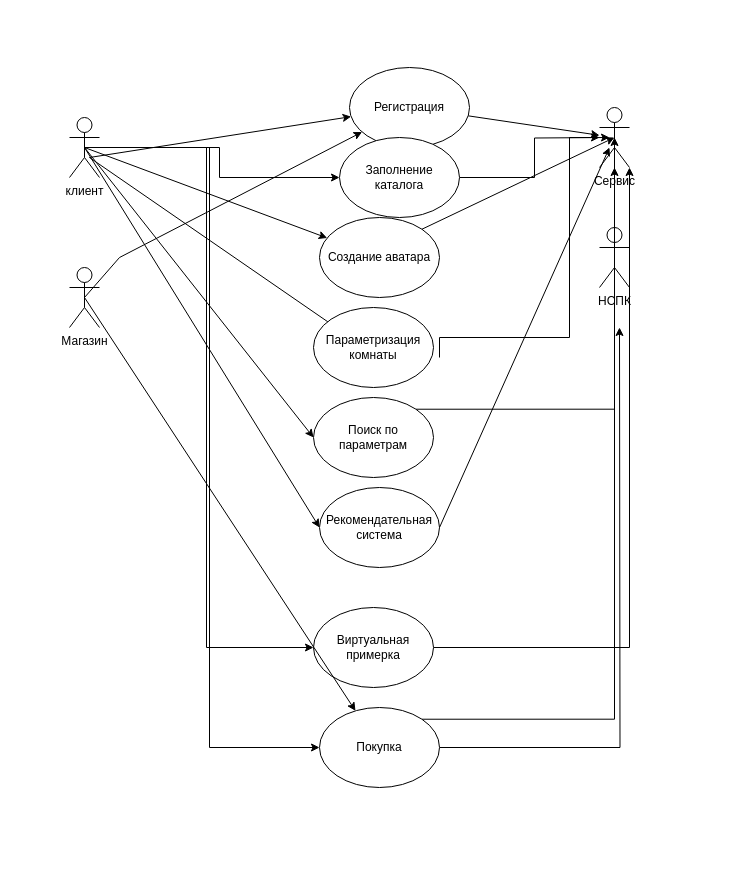
This is Untitled Diagram.drawio from muanya66/Project, a draw.io file, before an edit. Source tidied: cells renumbered, new cells numbered last; positions are measured from the earlier drawing's top-left corner, leaving out a move shared by most shapes. Both pictures are drawn from the tidied source at 100%, with x=0, y=0 at pixel (69, 67).
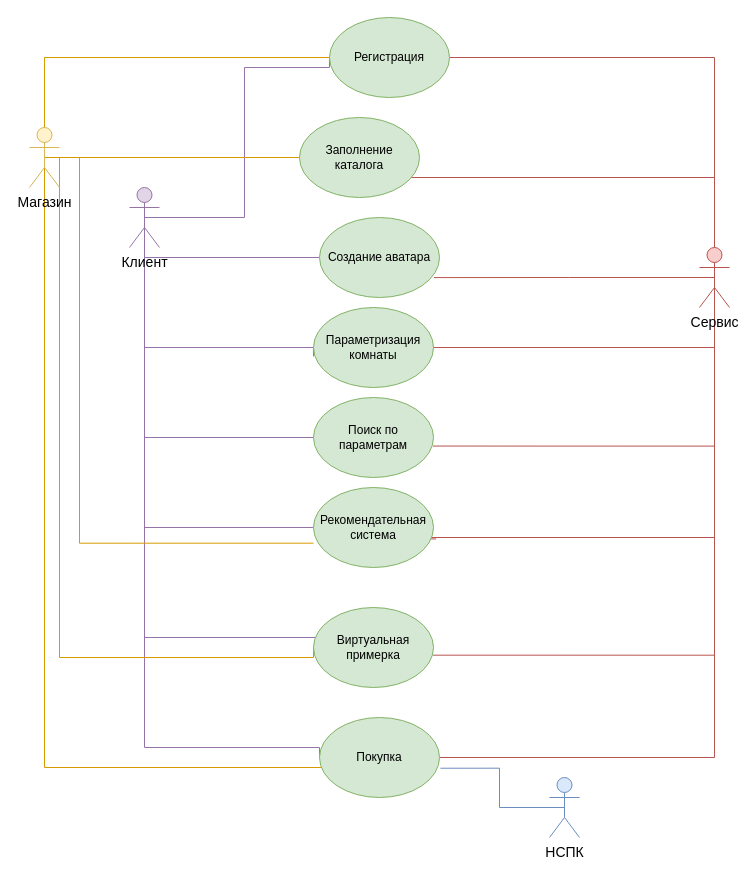
The same page after the edit.

Change to the diagram source:
```diff
@@
-    <mxCell id="2" style="edgeStyle=orthogonalEdgeStyle;rounded=0;jettySize=auto;html=1;exitX=0.5;exitY=0.5;exitDx=0;exitDy=0;exitPerimeter=0;" parent="1" edge="1" source="5" target="31">
-      <mxGeometry relative="1" as="geometry" />
-    </mxCell>
+    <mxCell id="33" style="edgeStyle=orthogonalEdgeStyle;rounded=0;jettySize=auto;html=1;exitX=0.5;exitY=0.5;exitDx=0;exitDy=0;exitPerimeter=0;entryX=0;entryY=0.5;entryDx=0;entryDy=0;endArrow=none;endFill=0;fillColor=#e1d5e7;strokeColor=#9673a6;" parent="1" edge="1" source="5" target="9">
+      <mxGeometry relative="1" as="geometry">
+        <Array as="points">
+          <mxPoint x="175" y="150" />
+          <mxPoint x="175" />
+          <mxPoint x="260" />
+        </Array>
+      </mxGeometry>
+    </mxCell>
+    <mxCell id="14" style="edgeStyle=orthogonalEdgeStyle;rounded=0;jettySize=auto;html=1;exitX=0.5;exitY=0.5;exitDx=0;exitDy=0;exitPerimeter=0;endArrow=none;endFill=0;fillColor=#e1d5e7;strokeColor=#9673a6;" parent="1" edge="1" source="5" target="13">
+      <mxGeometry relative="1" as="geometry">
+        <Array as="points">
+          <mxPoint x="75" y="190" />
+        </Array>
+      </mxGeometry>
+    </mxCell>
+    <mxCell id="34" style="edgeStyle=orthogonalEdgeStyle;rounded=0;jettySize=auto;html=1;exitX=0.5;exitY=0.5;exitDx=0;exitDy=0;exitPerimeter=0;entryX=0;entryY=0.612;entryDx=0;entryDy=0;entryPerimeter=0;endArrow=none;endFill=0;fillColor=#e1d5e7;strokeColor=#9673a6;" parent="1" edge="1" source="5" target="26">
+      <mxGeometry relative="1" as="geometry">
+        <Array as="points">
+          <mxPoint x="75" y="280" />
+          <mxPoint x="244" y="280" />
+        </Array>
+      </mxGeometry>
+    </mxCell>
+    <mxCell id="27" style="edgeStyle=orthogonalEdgeStyle;rounded=0;jettySize=auto;html=1;exitX=0.5;exitY=0.5;exitDx=0;exitDy=0;exitPerimeter=0;endArrow=none;endFill=0;fillColor=#e1d5e7;strokeColor=#9673a6;" parent="1" edge="1" source="5" target="19">
+      <mxGeometry relative="1" as="geometry">
+        <Array as="points">
+          <mxPoint x="75" y="370" />
+        </Array>
+      </mxGeometry>
+    </mxCell>
+    <mxCell id="28" style="edgeStyle=orthogonalEdgeStyle;rounded=0;jettySize=auto;html=1;exitX=0.5;exitY=0.5;exitDx=0;exitDy=0;exitPerimeter=0;fontSize=14;endArrow=none;endFill=0;strokeWidth=1;fillColor=#e1d5e7;strokeColor=#9673a6;" parent="1" edge="1" source="5" target="20">
+      <mxGeometry relative="1" as="geometry">
+        <Array as="points">
+          <mxPoint x="75" y="460" />
+        </Array>
+      </mxGeometry>
+    </mxCell>
-    <mxCell id="3" style="edgeStyle=orthogonalEdgeStyle;rounded=0;jettySize=auto;html=1;exitX=0.5;exitY=0.5;exitDx=0;exitDy=0;exitPerimeter=0;entryX=0;entryY=0.5;entryDx=0;entryDy=0;" parent="1" edge="1" source="5" target="22">
-      <mxGeometry relative="1" as="geometry" />
+    <mxCell id="3" style="edgeStyle=orthogonalEdgeStyle;rounded=0;jettySize=auto;html=1;exitX=0.5;exitY=0.5;exitDx=0;exitDy=0;exitPerimeter=0;entryX=0;entryY=0.5;entryDx=0;entryDy=0;fontSize=14;endArrow=none;endFill=0;strokeWidth=1;fillColor=#e1d5e7;strokeColor=#9673a6;" parent="1" edge="1" source="5" target="22">
+      <mxGeometry relative="1" as="geometry">
+        <Array as="points">
+          <mxPoint x="75" y="570" />
+          <mxPoint x="250" y="570" />
+          <mxPoint x="250" y="580" />
+        </Array>
+      </mxGeometry>
     </mxCell>
-    <mxCell id="4" style="edgeStyle=orthogonalEdgeStyle;rounded=0;jettySize=auto;html=1;exitX=0.5;exitY=0.5;exitDx=0;exitDy=0;exitPerimeter=0;entryX=0;entryY=0.5;entryDx=0;entryDy=0;" parent="1" edge="1" source="5" target="25">
-      <mxGeometry relative="1" as="geometry" />
+    <mxCell id="4" style="edgeStyle=orthogonalEdgeStyle;rounded=0;jettySize=auto;html=1;exitX=0.5;exitY=0.5;exitDx=0;exitDy=0;exitPerimeter=0;entryX=0;entryY=0.5;entryDx=0;entryDy=0;fontSize=14;endArrow=none;endFill=0;strokeWidth=1;fillColor=#e1d5e7;strokeColor=#9673a6;" parent="1" edge="1" source="5" target="25">
+      <mxGeometry relative="1" as="geometry">
+        <Array as="points">
+          <mxPoint x="75" y="680" />
+          <mxPoint x="250" y="680" />
+        </Array>
+      </mxGeometry>
     </mxCell>
-    <mxCell id="5" value="клиент" style="shape=umlActor;verticalLabelPosition=bottom;verticalAlign=top;html=1;outlineConnect=0;" parent="1" vertex="1">
-      <mxGeometry y="50" width="30" height="60" as="geometry" />
+    <mxCell id="5" value="Клиент" style="shape=umlActor;verticalLabelPosition=bottom;verticalAlign=top;html=1;outlineConnect=0;fillColor=#e1d5e7;strokeColor=#9673a6;fontSize=14;" parent="1" vertex="1">
+      <mxGeometry x="60" y="120" width="30" height="60" as="geometry" />
     </mxCell>
+    <mxCell id="11" style="edgeStyle=orthogonalEdgeStyle;rounded=0;jettySize=auto;html=1;exitX=0.5;exitY=0.5;exitDx=0;exitDy=0;exitPerimeter=0;entryX=0;entryY=0;entryDx=0;entryDy=0;endArrow=none;endFill=0;fillColor=#ffe6cc;strokeColor=#d79b00;" parent="1" edge="1" source="6" target="9">
+      <mxGeometry relative="1" as="geometry">
+        <Array as="points">
+          <mxPoint x="-25" y="-10" />
+          <mxPoint x="278" y="-10" />
+        </Array>
+      </mxGeometry>
+    </mxCell>
+    <mxCell id="32" style="edgeStyle=orthogonalEdgeStyle;rounded=0;jettySize=auto;html=1;exitX=0.5;exitY=0.5;exitDx=0;exitDy=0;exitPerimeter=0;endArrow=none;endFill=0;fillColor=#ffe6cc;strokeColor=#d79b00;" parent="1" edge="1" source="6" target="25">
+      <mxGeometry relative="1" as="geometry">
+        <Array as="points">
+          <mxPoint x="-25" y="700" />
+        </Array>
+      </mxGeometry>
+    </mxCell>
+    <mxCell id="35" style="edgeStyle=orthogonalEdgeStyle;rounded=0;jettySize=auto;html=1;exitX=0.5;exitY=0.5;exitDx=0;exitDy=0;exitPerimeter=0;entryX=0;entryY=0.5;entryDx=0;entryDy=0;endArrow=none;endFill=0;fillColor=#ffe6cc;strokeColor=#d79b00;" parent="1" edge="1" source="6" target="31">
+      <mxGeometry relative="1" as="geometry" />
+    </mxCell>
+    <mxCell id="36" style="edgeStyle=orthogonalEdgeStyle;rounded=0;jettySize=auto;html=1;exitX=0.5;exitY=0.5;exitDx=0;exitDy=0;exitPerimeter=0;entryX=0;entryY=0.696;entryDx=0;entryDy=0;entryPerimeter=0;fontSize=14;endArrow=none;endFill=0;strokeWidth=1;fillColor=#ffe6cc;strokeColor=#d79b00;" parent="1" edge="1" source="6" target="20">
+      <mxGeometry relative="1" as="geometry">
+        <Array as="points">
+          <mxPoint x="10" y="90" />
+          <mxPoint x="10" y="476" />
+        </Array>
+      </mxGeometry>
+    </mxCell>
+    <mxCell id="37" style="edgeStyle=orthogonalEdgeStyle;rounded=0;jettySize=auto;html=1;exitX=0.5;exitY=0.5;exitDx=0;exitDy=0;exitPerimeter=0;entryX=0;entryY=0.5;entryDx=0;entryDy=0;fontSize=14;endArrow=none;endFill=0;strokeWidth=1;fillColor=#ffe6cc;strokeColor=#d79b00;" parent="1" edge="1" source="6" target="22">
+      <mxGeometry relative="1" as="geometry">
+        <Array as="points">
+          <mxPoint x="-10" y="90" />
+          <mxPoint x="-10" y="590" />
+          <mxPoint x="244" y="590" />
+        </Array>
+      </mxGeometry>
+    </mxCell>
-    <mxCell id="6" value="Магазин" style="shape=umlActor;verticalLabelPosition=bottom;verticalAlign=top;html=1;outlineConnect=0;" parent="1" vertex="1">
-      <mxGeometry y="200" width="30" height="60" as="geometry" />
+    <mxCell id="6" value="Магазин" style="shape=umlActor;verticalLabelPosition=bottom;verticalAlign=top;html=1;outlineConnect=0;fillColor=#fff2cc;strokeColor=#d6b656;fontSize=14;" parent="1" vertex="1">
+      <mxGeometry x="-40" y="60" width="30" height="60" as="geometry" />
     </mxCell>
+    <mxCell id="38" style="edgeStyle=orthogonalEdgeStyle;rounded=0;jettySize=auto;html=1;exitX=0.5;exitY=0.5;exitDx=0;exitDy=0;exitPerimeter=0;entryX=1;entryY=0.5;entryDx=0;entryDy=0;endArrow=none;endFill=0;fillColor=#f8cecc;strokeColor=#b85450;" parent="1" edge="1" source="7" target="9">
+      <mxGeometry relative="1" as="geometry">
+        <Array as="points">
+          <mxPoint x="645" y="-10" />
+        </Array>
+      </mxGeometry>
+    </mxCell>
+    <mxCell id="39" style="edgeStyle=orthogonalEdgeStyle;rounded=0;jettySize=auto;html=1;exitX=0.5;exitY=0.5;exitDx=0;exitDy=0;exitPerimeter=0;endArrow=none;endFill=0;fillColor=#f8cecc;strokeColor=#b85450;" parent="1" edge="1" source="7" target="31">
+      <mxGeometry relative="1" as="geometry">
+        <Array as="points">
+          <mxPoint x="645" y="110" />
+        </Array>
+      </mxGeometry>
+    </mxCell>
+    <mxCell id="40" style="edgeStyle=orthogonalEdgeStyle;rounded=0;jettySize=auto;html=1;exitX=0.5;exitY=0.5;exitDx=0;exitDy=0;exitPerimeter=0;entryX=0.954;entryY=0.751;entryDx=0;entryDy=0;entryPerimeter=0;endArrow=none;endFill=0;fillColor=#f8cecc;strokeColor=#b85450;" parent="1" edge="1" source="7" target="13">
+      <mxGeometry relative="1" as="geometry" />
+    </mxCell>
+    <mxCell id="41" style="edgeStyle=orthogonalEdgeStyle;rounded=0;jettySize=auto;html=1;exitX=0.5;exitY=0.5;exitDx=0;exitDy=0;exitPerimeter=0;endArrow=none;endFill=0;fillColor=#f8cecc;strokeColor=#b85450;" parent="1" edge="1" source="7" target="26">
+      <mxGeometry relative="1" as="geometry">
+        <Array as="points">
+          <mxPoint x="645" y="280" />
+        </Array>
+      </mxGeometry>
+    </mxCell>
+    <mxCell id="42" style="edgeStyle=orthogonalEdgeStyle;rounded=0;jettySize=auto;html=1;exitX=0.5;exitY=0.5;exitDx=0;exitDy=0;exitPerimeter=0;entryX=0.996;entryY=0.607;entryDx=0;entryDy=0;entryPerimeter=0;endArrow=none;endFill=0;strokeWidth=1;fillColor=#f8cecc;strokeColor=#b85450;" parent="1" edge="1" source="7" target="19">
+      <mxGeometry relative="1" as="geometry">
+        <Array as="points">
+          <mxPoint x="645" y="379" />
+        </Array>
+      </mxGeometry>
+    </mxCell>
+    <mxCell id="43" style="edgeStyle=orthogonalEdgeStyle;rounded=0;jettySize=auto;html=1;exitX=0.5;exitY=0.5;exitDx=0;exitDy=0;exitPerimeter=0;entryX=1.022;entryY=0.643;entryDx=0;entryDy=0;fontSize=14;endArrow=none;endFill=0;strokeWidth=1;entryPerimeter=0;fillColor=#f8cecc;strokeColor=#b85450;" parent="1" edge="1" source="7" target="20">
+      <mxGeometry relative="1" as="geometry">
+        <Array as="points">
+          <mxPoint x="645" y="470" />
+          <mxPoint x="346" y="470" />
+          <mxPoint x="346" y="471" />
+        </Array>
+      </mxGeometry>
+    </mxCell>
+    <mxCell id="44" style="edgeStyle=orthogonalEdgeStyle;rounded=0;jettySize=auto;html=1;exitX=0.5;exitY=0.5;exitDx=0;exitDy=0;exitPerimeter=0;entryX=0.996;entryY=0.596;entryDx=0;entryDy=0;entryPerimeter=0;fontSize=14;endArrow=none;endFill=0;strokeWidth=1;fillColor=#f8cecc;strokeColor=#b85450;" parent="1" edge="1" source="7" target="22">
+      <mxGeometry relative="1" as="geometry">
+        <Array as="points">
+          <mxPoint x="645" y="588" />
+        </Array>
+      </mxGeometry>
+    </mxCell>
+    <mxCell id="45" style="edgeStyle=orthogonalEdgeStyle;rounded=0;jettySize=auto;html=1;exitX=0.5;exitY=0.5;exitDx=0;exitDy=0;exitPerimeter=0;entryX=1;entryY=0.5;entryDx=0;entryDy=0;fontSize=14;endArrow=none;endFill=0;strokeWidth=1;fillColor=#f8cecc;strokeColor=#b85450;" parent="1" edge="1" source="7" target="25">
+      <mxGeometry relative="1" as="geometry">
+        <Array as="points">
+          <mxPoint x="645" y="690" />
+        </Array>
+      </mxGeometry>
+    </mxCell>
-    <mxCell id="7" value="Сервис" style="shape=umlActor;verticalLabelPosition=bottom;verticalAlign=top;html=1;outlineConnect=0;" parent="1" vertex="1">
-      <mxGeometry x="530" y="40" width="30" height="60" as="geometry" />
+    <mxCell id="7" value="Сервис" style="shape=umlActor;verticalLabelPosition=bottom;verticalAlign=top;html=1;outlineConnect=0;fillColor=#f8cecc;strokeColor=#b85450;fontSize=14;" parent="1" vertex="1">
+      <mxGeometry x="630" y="180" width="30" height="60" as="geometry" />
     </mxCell>
+    <mxCell id="46" style="edgeStyle=orthogonalEdgeStyle;rounded=0;jettySize=auto;html=1;exitX=0.5;exitY=0.5;exitDx=0;exitDy=0;exitPerimeter=0;entryX=1.008;entryY=0.634;entryDx=0;entryDy=0;entryPerimeter=0;endArrow=none;endFill=0;fillColor=#dae8fc;strokeColor=#6c8ebf;" parent="1" edge="1" source="8" target="25">
+      <mxGeometry relative="1" as="geometry">
+        <Array as="points">
+          <mxPoint x="430" y="740" />
+          <mxPoint x="430" y="701" />
+        </Array>
+      </mxGeometry>
+    </mxCell>
-    <mxCell id="8" value="НСПК" style="shape=umlActor;verticalLabelPosition=bottom;verticalAlign=top;html=1;outlineConnect=0;" parent="1" vertex="1">
-      <mxGeometry x="530" y="160" width="30" height="60" as="geometry" />
+    <mxCell id="8" value="НСПК" style="shape=umlActor;verticalLabelPosition=bottom;verticalAlign=top;html=1;outlineConnect=0;fillColor=#dae8fc;strokeColor=#6c8ebf;fontSize=14;" parent="1" vertex="1">
+      <mxGeometry x="480" y="710" width="30" height="60" as="geometry" />
     </mxCell>
-    <mxCell id="9" value="Регистрация" style="ellipse;whiteSpace=wrap;html=1;" parent="1" vertex="1">
-      <mxGeometry x="280" width="120" height="80" as="geometry" />
+    <mxCell id="9" value="Регистрация" style="ellipse;whiteSpace=wrap;html=1;fillColor=#d5e8d4;strokeColor=#82b366;" parent="1" vertex="1">
+      <mxGeometry x="260" y="-50" width="120" height="80" as="geometry" />
     </mxCell>
-    <mxCell id="10" style="endArrow=classic;html=1;rounded=0;" parent="1" edge="1" target="9">
-      <mxGeometry relative="1" as="geometry">
-        <mxPoint x="268.3" y="261.2" as="sourcePoint" />
-        <Array as="points">
-          <mxPoint x="20" y="90" />
-        </Array>
-      </mxGeometry>
-    </mxCell>
-    <mxCell id="11" style="endArrow=classic;html=1;rounded=0;exitX=0.5;exitY=0.5;exitDx=0;exitDy=0;exitPerimeter=0;" parent="1" edge="1" source="6" target="9">
-      <mxGeometry relative="1" as="geometry">
-        <Array as="points">
-          <mxPoint x="50" y="190" />
-        </Array>
-      </mxGeometry>
-    </mxCell>
-    <mxCell id="12" style="endArrow=classic;html=1;rounded=0;" parent="1" edge="1" source="9" target="7">
-      <mxGeometry relative="1" as="geometry" />
-    </mxCell>
-    <mxCell id="13" value="Создание аватара" style="ellipse;whiteSpace=wrap;html=1;" parent="1" vertex="1">
+    <mxCell id="13" value="Создание аватара" style="ellipse;whiteSpace=wrap;html=1;fillColor=#d5e8d4;strokeColor=#82b366;" parent="1" vertex="1">
       <mxGeometry x="250" y="150" width="120" height="80" as="geometry" />
     </mxCell>
-    <mxCell id="14" style="endArrow=classic;html=1;rounded=0;exitX=0.5;exitY=0.5;exitDx=0;exitDy=0;exitPerimeter=0;" parent="1" edge="1" source="5" target="13">
-      <mxGeometry relative="1" as="geometry" />
-    </mxCell>
-    <mxCell id="15" style="endArrow=classic;html=1;rounded=0;exitX=1;exitY=0;exitDx=0;exitDy=0;entryX=0.5;entryY=0.5;entryDx=0;entryDy=0;entryPerimeter=0;" parent="1" edge="1" source="13" target="7">
-      <mxGeometry relative="1" as="geometry" />
-    </mxCell>
-    <mxCell id="16" style="edgeStyle=orthogonalEdgeStyle;rounded=0;jettySize=auto;html=1;exitX=1;exitY=0.5;exitDx=0;exitDy=0;" parent="1" edge="1" target="7">
-      <mxGeometry relative="1" as="geometry">
-        <mxPoint x="370" y="290" as="sourcePoint" />
-        <Array as="points">
-          <mxPoint x="370" y="270" />
-          <mxPoint x="500" y="270" />
-          <mxPoint x="500" y="70" />
-        </Array>
-      </mxGeometry>
-    </mxCell>
@@
-    <mxCell id="18" style="edgeStyle=orthogonalEdgeStyle;rounded=0;jettySize=auto;html=1;exitX=1;exitY=0;exitDx=0;exitDy=0;entryX=0.5;entryY=0.5;entryDx=0;entryDy=0;entryPerimeter=0;" parent="1" edge="1" source="19" target="7">
-      <mxGeometry relative="1" as="geometry" />
-    </mxCell>
-    <mxCell id="19" value="Поиск по параметрам" style="ellipse;whiteSpace=wrap;html=1;" parent="1" vertex="1">
+    <mxCell id="19" value="Поиск по параметрам" style="ellipse;whiteSpace=wrap;html=1;fillColor=#d5e8d4;strokeColor=#82b366;" parent="1" vertex="1">
       <mxGeometry x="244" y="330" width="120" height="80" as="geometry" />
     </mxCell>
-    <mxCell id="20" value="Рекомендательная система" style="ellipse;whiteSpace=wrap;html=1;" parent="1" vertex="1">
-      <mxGeometry x="250" y="420" width="120" height="80" as="geometry" />
+    <mxCell id="20" value="Рекомендательная система" style="ellipse;whiteSpace=wrap;html=1;fillColor=#d5e8d4;strokeColor=#82b366;" parent="1" vertex="1">
+      <mxGeometry x="244" y="420" width="120" height="80" as="geometry" />
     </mxCell>
-    <mxCell id="21" style="edgeStyle=orthogonalEdgeStyle;rounded=0;jettySize=auto;html=1;exitX=1;exitY=0.5;exitDx=0;exitDy=0;entryX=1;entryY=1;entryDx=0;entryDy=0;entryPerimeter=0;" parent="1" edge="1" source="22" target="7">
-      <mxGeometry relative="1" as="geometry" />
-    </mxCell>
-    <mxCell id="22" value="Виртуальная примерка" style="ellipse;whiteSpace=wrap;html=1;" parent="1" vertex="1">
+    <mxCell id="22" value="Виртуальная примерка" style="ellipse;whiteSpace=wrap;html=1;fillColor=#d5e8d4;strokeColor=#82b366;" parent="1" vertex="1">
       <mxGeometry x="244" y="540" width="120" height="80" as="geometry" />
     </mxCell>
-    <mxCell id="23" style="edgeStyle=orthogonalEdgeStyle;rounded=0;jettySize=auto;html=1;exitX=1;exitY=0;exitDx=0;exitDy=0;" parent="1" edge="1" source="25" target="7">
-      <mxGeometry relative="1" as="geometry" />
-    </mxCell>
-    <mxCell id="24" style="edgeStyle=orthogonalEdgeStyle;rounded=0;jettySize=auto;html=1;exitX=1;exitY=0.5;exitDx=0;exitDy=0;" parent="1" edge="1" source="25">
-      <mxGeometry relative="1" as="geometry">
-        <mxPoint x="550" y="260" as="targetPoint" />
-      </mxGeometry>
-    </mxCell>
-    <mxCell id="25" value="Покупка" style="ellipse;whiteSpace=wrap;html=1;" parent="1" vertex="1">
-      <mxGeometry x="250" y="640" width="120" height="80" as="geometry" />
+    <mxCell id="25" value="Покупка" style="ellipse;whiteSpace=wrap;html=1;fillColor=#d5e8d4;strokeColor=#82b366;" parent="1" vertex="1">
+      <mxGeometry x="250" y="650" width="120" height="80" as="geometry" />
     </mxCell>
-    <mxCell id="26" value="Параметризация комнаты" style="ellipse;whiteSpace=wrap;html=1;" parent="1" vertex="1">
+    <mxCell id="26" value="Параметризация комнаты" style="ellipse;whiteSpace=wrap;html=1;fillColor=#d5e8d4;strokeColor=#82b366;" parent="1" vertex="1">
       <mxGeometry x="244" y="240" width="120" height="80" as="geometry" />
     </mxCell>
-    <mxCell id="27" style="endArrow=classic;html=1;rounded=0;exitX=0.5;exitY=0.5;exitDx=0;exitDy=0;exitPerimeter=0;entryX=0;entryY=0.5;entryDx=0;entryDy=0;" parent="1" edge="1" source="5" target="19">
-      <mxGeometry relative="1" as="geometry" />
-    </mxCell>
-    <mxCell id="28" style="endArrow=classic;html=1;rounded=0;exitX=0.5;exitY=0.5;exitDx=0;exitDy=0;exitPerimeter=0;entryX=0;entryY=0.5;entryDx=0;entryDy=0;" parent="1" edge="1" source="5" target="20">
-      <mxGeometry relative="1" as="geometry" />
-    </mxCell>
-    <mxCell id="29" style="endArrow=classic;html=1;rounded=0;exitX=1;exitY=0.5;exitDx=0;exitDy=0;" parent="1" edge="1" source="20">
-      <mxGeometry relative="1" as="geometry">
-        <mxPoint x="540" y="80" as="targetPoint" />
-      </mxGeometry>
-    </mxCell>
-    <mxCell id="30" style="edgeStyle=orthogonalEdgeStyle;rounded=0;jettySize=auto;html=1;exitX=1;exitY=0.5;exitDx=0;exitDy=0;" parent="1" edge="1" source="31">
-      <mxGeometry relative="1" as="geometry">
-        <mxPoint x="540" y="70" as="targetPoint" />
-      </mxGeometry>
-    </mxCell>
-    <mxCell id="31" value="Заполнение каталога" style="ellipse;whiteSpace=wrap;html=1;" parent="1" vertex="1">
-      <mxGeometry x="270" y="70" width="120" height="80" as="geometry" />
+    <mxCell id="31" value="Заполнение каталога" style="ellipse;whiteSpace=wrap;html=1;fillColor=#d5e8d4;strokeColor=#82b366;" parent="1" vertex="1">
+      <mxGeometry x="230" y="50" width="120" height="80" as="geometry" />
     </mxCell>
-    <mxCell id="32" style="endArrow=classic;html=1;rounded=0;exitX=0.5;exitY=0.5;exitDx=0;exitDy=0;exitPerimeter=0;" parent="1" edge="1" source="6" target="25">
-      <mxGeometry relative="1" as="geometry" />
-    </mxCell>
```
